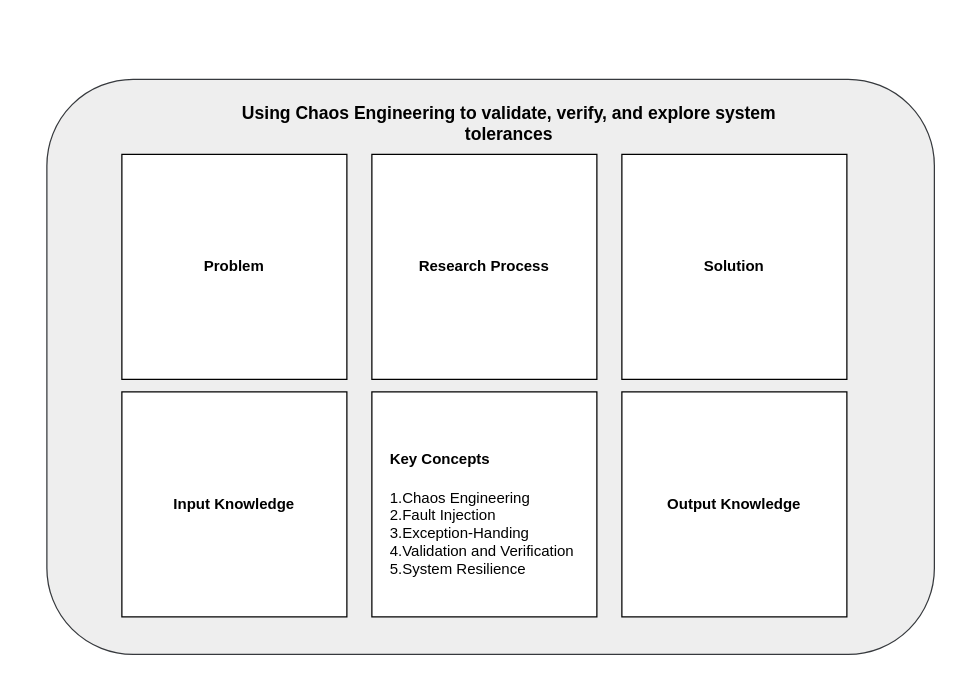
Above: images/Untitled Diagram.drawio in Sindhu281998/skills-introduction-to-github (draw.io), before the change. Source tidied: cells renumbered, new cells numbered last; positions are measured from the earlier drawing's top-left corner, leaving out a move shared by most shapes. Both pictures are drawn from the tidied source at 125%, with x=0, y=0 at pixel (46, 79).
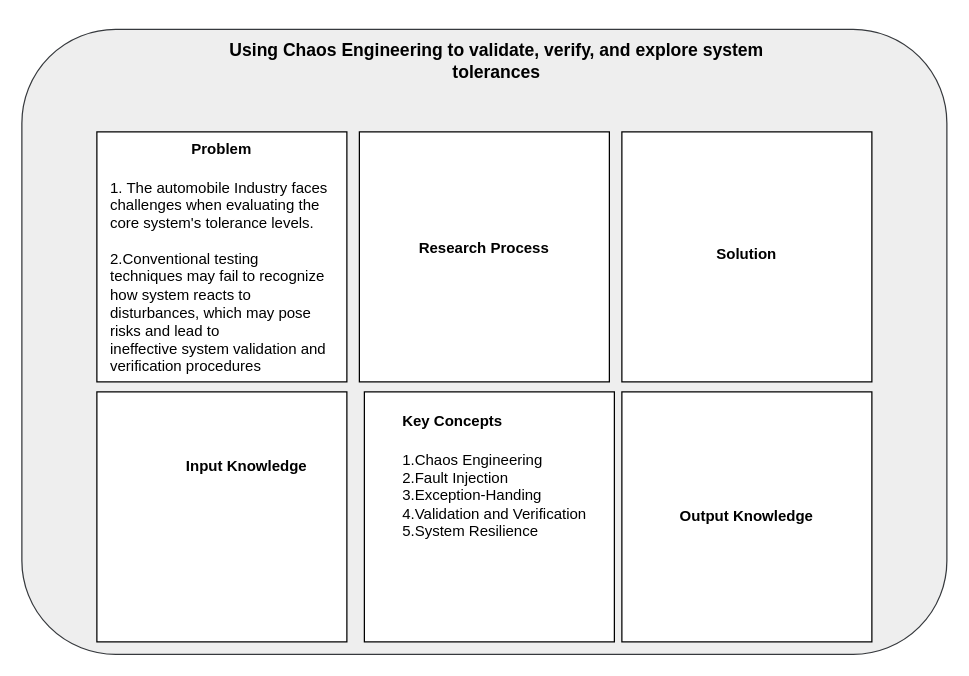
After the change.

Change to the diagram source:
```diff
@@
 <mxGraphModel>
   <root>
     <mxCell id="0" />
     <mxCell id="1" parent="0" />
     <mxCell id="2" style="rounded=1;whiteSpace=wrap;html=1;fillColor=#eeeeee;strokeColor=#36393d;" parent="1" vertex="1">
-      <mxGeometry width="710" height="460" as="geometry" />
+      <mxGeometry x="-20" y="-40" width="740" height="500" as="geometry" />
     </mxCell>
     <mxCell id="3" style="whiteSpace=wrap;html=1;" parent="1" vertex="1">
-      <mxGeometry x="60" y="60" width="180" height="180" as="geometry" />
+      <mxGeometry x="40" y="42" width="200" height="200" as="geometry" />
     </mxCell>
     <mxCell id="4" style="whiteSpace=wrap;html=1;" parent="1" vertex="1">
-      <mxGeometry x="260" y="60" width="180" height="180" as="geometry" />
+      <mxGeometry x="250" y="42" width="200" height="200" as="geometry" />
     </mxCell>
     <mxCell id="5" style="whiteSpace=wrap;html=1;" parent="1" vertex="1">
-      <mxGeometry x="460" y="60" width="180" height="180" as="geometry" />
+      <mxGeometry x="460" y="42" width="200" height="200" as="geometry" />
     </mxCell>
     <mxCell id="6" style="whiteSpace=wrap;html=1;" parent="1" vertex="1">
-      <mxGeometry x="60" y="250" width="180" height="180" as="geometry" />
+      <mxGeometry x="40" y="250" width="200" height="200" as="geometry" />
     </mxCell>
     <mxCell id="7" style="whiteSpace=wrap;html=1;" parent="1" vertex="1">
-      <mxGeometry x="260" y="250" width="180" height="180" as="geometry" />
+      <mxGeometry x="254" y="250" width="200" height="200" as="geometry" />
     </mxCell>
     <mxCell id="8" style="whiteSpace=wrap;html=1;" parent="1" vertex="1">
-      <mxGeometry x="460" y="250" width="180" height="180" as="geometry" />
+      <mxGeometry x="460" y="250" width="200" height="200" as="geometry" />
     </mxCell>
     <mxCell id="9" value="&lt;h3&gt;Using Chaos Engineering to validate, verify, and explore system&lt;br&gt;tolerances&lt;/h3&gt;" style="text;align=center;html=1;verticalAlign=middle;whiteSpace=wrap;rounded=0;" parent="1" vertex="1">
-      <mxGeometry x="140" y="20" width="460" height="30" as="geometry" />
+      <mxGeometry x="130" y="-30" width="460" height="30" as="geometry" />
     </mxCell>
-    <mxCell id="10" value="&lt;h4&gt;Problem&lt;/h4&gt;" style="text;strokeColor=none;align=center;fillColor=none;html=1;verticalAlign=middle;whiteSpace=wrap;rounded=0;" parent="1" vertex="1">
-      <mxGeometry x="70" y="70" width="160" height="160" as="geometry" />
+    <mxCell id="10" value="&lt;h4&gt;Problem&lt;/h4&gt;&lt;div style=&quot;text-align: left;&quot;&gt;1. The automobile Industry faces challenges when evaluating the core system's tolerance levels.&lt;/div&gt;&lt;div style=&quot;text-align: left;&quot;&gt;&lt;br&gt;&lt;/div&gt;&lt;div style=&quot;text-align: left;&quot;&gt;2.Conventional testing techniques may fail to recognize how system reacts to disturbances, which may pose risks and lead to&lt;/div&gt;&lt;div style=&quot;text-align: left;&quot;&gt;ineffective system validation and verification procedures&lt;/div&gt;" style="text;strokeColor=none;align=center;fillColor=none;html=1;verticalAlign=middle;whiteSpace=wrap;rounded=0;" parent="1" vertex="1">
+      <mxGeometry x="50" y="50" width="180" height="170" as="geometry" />
     </mxCell>
     <mxCell id="11" value="&lt;h4&gt;Input Knowledge&lt;/h4&gt;" style="text;strokeColor=none;align=center;fillColor=none;html=1;verticalAlign=middle;whiteSpace=wrap;rounded=0;" parent="1" vertex="1">
-      <mxGeometry x="70" y="260" width="160" height="160" as="geometry" />
+      <mxGeometry x="80" y="230" width="160" height="160" as="geometry" />
     </mxCell>
     <mxCell id="12" value="&lt;h4 style=&quot;text-align: justify;&quot;&gt;&lt;span style=&quot;background-color: initial;&quot;&gt;Key Concepts&lt;/span&gt;&lt;/h4&gt;&lt;div style=&quot;text-align: justify;&quot;&gt;1.Chaos Engineering&lt;/div&gt;&lt;div style=&quot;text-align: justify;&quot;&gt;2.Fault Injection&lt;/div&gt;&lt;div style=&quot;text-align: justify;&quot;&gt;3.Exception-Handing&lt;/div&gt;&lt;div style=&quot;text-align: justify;&quot;&gt;4.Validation and Verification&amp;nbsp;&lt;/div&gt;&lt;div style=&quot;text-align: justify;&quot;&gt;5.System Resilience&lt;/div&gt;" style="text;strokeColor=none;align=center;fillColor=none;html=1;verticalAlign=middle;whiteSpace=wrap;rounded=0;" parent="1" vertex="1">
-      <mxGeometry x="270" y="260" width="160" height="160" as="geometry" />
+      <mxGeometry x="280" y="230" width="160" height="160" as="geometry" />
     </mxCell>
     <mxCell id="13" value="&lt;h4&gt;Output Knowledge&lt;/h4&gt;" style="text;strokeColor=none;align=center;fillColor=none;html=1;verticalAlign=middle;whiteSpace=wrap;rounded=0;" parent="1" vertex="1">
-      <mxGeometry x="470" y="260" width="160" height="160" as="geometry" />
+      <mxGeometry x="480" y="270" width="160" height="160" as="geometry" />
     </mxCell>
     <mxCell id="14" value="&lt;h4&gt;Research Process&lt;/h4&gt;" style="text;strokeColor=none;align=center;fillColor=none;html=1;verticalAlign=middle;whiteSpace=wrap;rounded=0;" parent="1" vertex="1">
-      <mxGeometry x="270" y="70" width="160" height="160" as="geometry" />
+      <mxGeometry x="270" y="55" width="160" height="160" as="geometry" />
     </mxCell>
     <mxCell id="15" value="&lt;h4&gt;Solution&lt;/h4&gt;" style="text;strokeColor=none;align=center;fillColor=none;html=1;verticalAlign=middle;whiteSpace=wrap;rounded=0;" parent="1" vertex="1">
-      <mxGeometry x="470" y="70" width="160" height="160" as="geometry" />
+      <mxGeometry x="480" y="60" width="160" height="160" as="geometry" />
     </mxCell>
   </root>
 </mxGraphModel>
```
